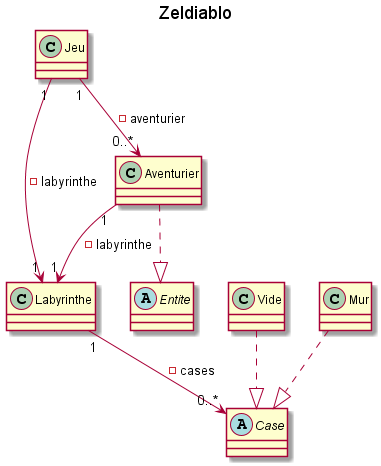
Above: documents/version_01/diagramme_class/Zeldiablo.png in LoickNosal/2019_COO_Zeldiablo_Nosal9u_Demang146u_Sousa12u_Gsell5u (PlantUML), before the change.
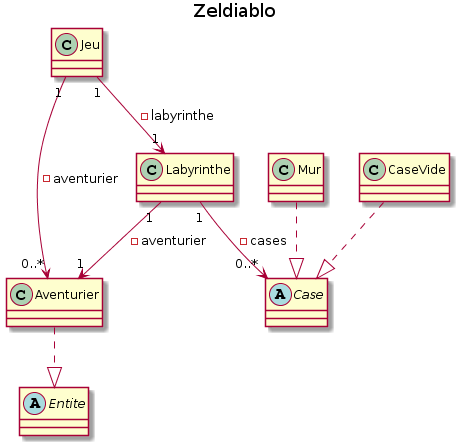
The same file after the commit.

Commit message:
update diagramme class

What changed in the source:
```diff
@@ -14,7 +14,7 @@
 
 }
 
-class Vide {
+class CaseVide {
 
 }
 
@@ -33,10 +33,9 @@
 Jeu "1" --> "1" Labyrinthe : -labyrinthe
 Labyrinthe "1" --> "0..*" Case : -cases
 Jeu "1" --> "0..*" Aventurier : -aventurier
-Aventurier "1" --> "1" Labyrinthe : -labyrinthe
+Labyrinthe "1" --> "1" Aventurier : -aventurier
 
-Vide ..|> Case
+CaseVide ..|> Case
 Mur ..|> Case
 Aventurier ..|> Entite
-
 @enduml
```
